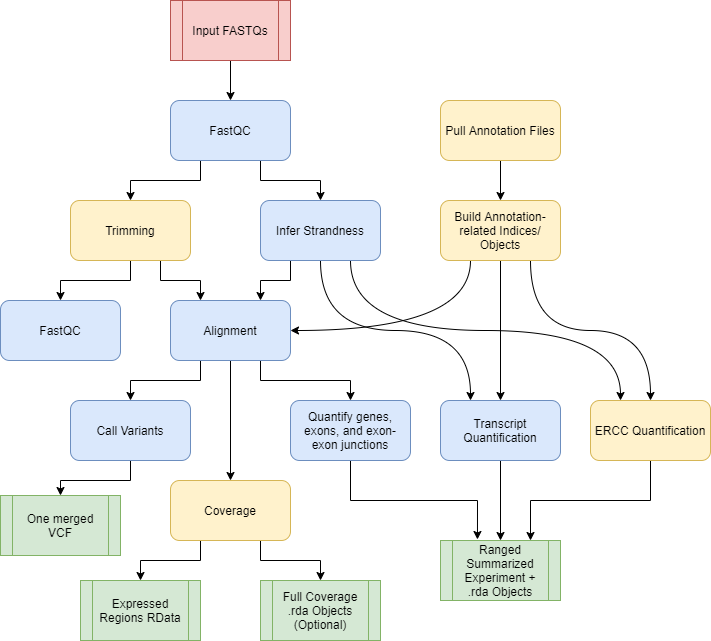
Before: documentation/images/4_workflow.png, a diagram exported from draw.io (LieberInstitute/SPEAQeasy). Source tidied: cells renumbered, new cells last; positions are measured from the earlier drawing's top-left corner, leaving out a move shared by most shapes.
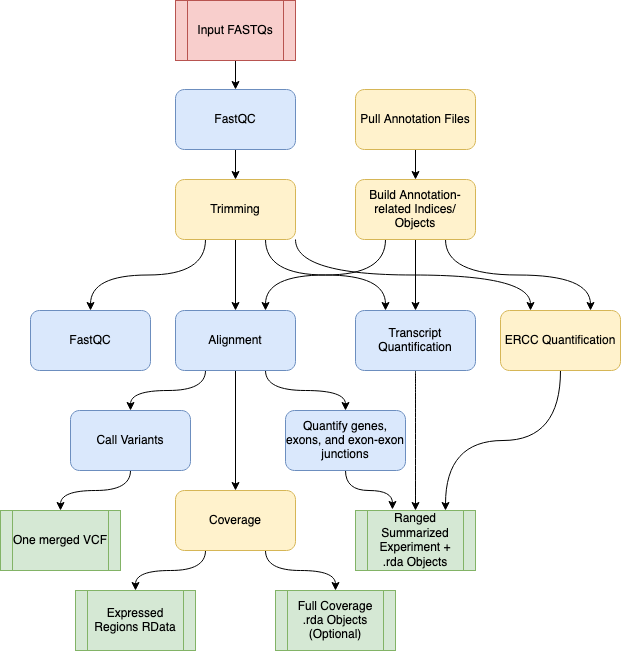
After the commit.

Commit message:
Update workflow diagram to reflect ERCC and transcript quantification being performed after trimming now. Part of #110

What changed in the source:
```diff
@@ -6,120 +6,106 @@
       <mxGeometry relative="1" as="geometry" />
     </mxCell>
     <mxCell id="3" value="Input FASTQs" style="shape=process;whiteSpace=wrap;html=1;backgroundOutline=1;fillColor=#f8cecc;strokeColor=#b85450;" parent="1" vertex="1">
-      <mxGeometry x="170" width="120" height="60" as="geometry" />
+      <mxGeometry x="215" y="-10" width="120" height="60" as="geometry" />
     </mxCell>
-    <mxCell id="4" style="edgeStyle=orthogonalEdgeStyle;rounded=0;jettySize=auto;html=1;exitX=0.25;exitY=1;exitDx=0;exitDy=0;" parent="1" edge="1" source="6" target="9">
+    <mxCell id="4" style="edgeStyle=orthogonalEdgeStyle;rounded=0;jettySize=auto;html=1;exitX=0.5;exitY=1;exitDx=0;exitDy=0;entryX=0.5;entryY=0;entryDx=0;entryDy=0;" parent="1" edge="1" source="6" target="9">
       <mxGeometry relative="1" as="geometry" />
     </mxCell>
-    <mxCell id="5" style="edgeStyle=orthogonalEdgeStyle;rounded=0;jettySize=auto;html=1;exitX=0.75;exitY=1;exitDx=0;exitDy=0;entryX=0.5;entryY=0;entryDx=0;entryDy=0;" parent="1" edge="1" source="6" target="13">
-      <mxGeometry relative="1" as="geometry" />
-    </mxCell>
     <mxCell id="6" value="FastQC" style="rounded=1;whiteSpace=wrap;html=1;fillColor=#dae8fc;strokeColor=#6c8ebf;" parent="1" vertex="1">
-      <mxGeometry x="170" y="100" width="120" height="60" as="geometry" />
+      <mxGeometry x="215" y="79" width="120" height="60" as="geometry" />
     </mxCell>
+    <mxCell id="8" style="edgeStyle=orthogonalEdgeStyle;rounded=0;jettySize=auto;html=1;exitX=0.5;exitY=1;exitDx=0;exitDy=0;" parent="1" edge="1" source="9" target="18">
+      <mxGeometry relative="1" as="geometry" />
+    </mxCell>
-    <mxCell id="7" style="edgeStyle=orthogonalEdgeStyle;rounded=0;jettySize=auto;html=1;exitX=0.5;exitY=1;exitDx=0;exitDy=0;entryX=0.5;entryY=0;entryDx=0;entryDy=0;" parent="1" edge="1" source="9" target="14">
+    <mxCell id="7" style="edgeStyle=orthogonalEdgeStyle;rounded=0;jettySize=auto;html=1;exitX=0.25;exitY=1;exitDx=0;exitDy=0;entryX=0.5;entryY=0;entryDx=0;entryDy=0;curved=1;" parent="1" edge="1" source="9" target="14">
       <mxGeometry relative="1" as="geometry" />
     </mxCell>
-    <mxCell id="8" style="edgeStyle=orthogonalEdgeStyle;rounded=0;jettySize=auto;html=1;exitX=0.75;exitY=1;exitDx=0;exitDy=0;entryX=0.25;entryY=0;entryDx=0;entryDy=0;" parent="1" edge="1" source="9" target="18">
-      <mxGeometry relative="1" as="geometry" />
-    </mxCell>
+    <mxCell id="40" style="edgeStyle=orthogonalEdgeStyle;rounded=0;jettySize=auto;html=1;exitX=0.75;exitY=1;exitDx=0;exitDy=0;entryX=0.25;entryY=0;entryDx=0;entryDy=0;curved=1;" parent="1" edge="1" source="9" target="36">
+      <mxGeometry relative="1" as="geometry" />
+    </mxCell>
+    <mxCell id="41" style="edgeStyle=orthogonalEdgeStyle;rounded=0;jettySize=auto;html=1;exitX=1;exitY=1;exitDx=0;exitDy=0;entryX=0.25;entryY=0;entryDx=0;entryDy=0;curved=1;" parent="1" edge="1" source="9" target="38">
+      <mxGeometry relative="1" as="geometry" />
+    </mxCell>
     <mxCell id="9" value="Trimming" style="rounded=1;whiteSpace=wrap;html=1;fillColor=#fff2cc;strokeColor=#d6b656;" parent="1" vertex="1">
-      <mxGeometry x="70" y="200" width="120" height="60" as="geometry" />
+      <mxGeometry x="215" y="169" width="120" height="60" as="geometry" />
     </mxCell>
-    <mxCell id="10" style="edgeStyle=orthogonalEdgeStyle;rounded=0;jettySize=auto;html=1;exitX=0.25;exitY=1;exitDx=0;exitDy=0;entryX=0.75;entryY=0;entryDx=0;entryDy=0;" parent="1" edge="1" source="13" target="18">
-      <mxGeometry relative="1" as="geometry" />
-    </mxCell>
-    <mxCell id="11" style="edgeStyle=orthogonalEdgeStyle;jettySize=auto;html=1;curved=1;entryX=0.25;entryY=0;entryDx=0;entryDy=0;" parent="1" edge="1" source="13" target="36">
-      <mxGeometry relative="1" as="geometry">
-        <Array as="points">
-          <mxPoint x="320" y="330" />
-          <mxPoint x="470" y="330" />
-        </Array>
-      </mxGeometry>
-    </mxCell>
-    <mxCell id="12" style="edgeStyle=orthogonalEdgeStyle;curved=1;jettySize=auto;html=1;exitX=0.75;exitY=1;exitDx=0;exitDy=0;entryX=0.25;entryY=0;entryDx=0;entryDy=0;" parent="1" edge="1" source="13" target="38">
-      <mxGeometry relative="1" as="geometry" />
-    </mxCell>
-    <mxCell id="13" value="Infer Strandness" style="rounded=1;whiteSpace=wrap;html=1;fillColor=#dae8fc;strokeColor=#6c8ebf;" parent="1" vertex="1">
-      <mxGeometry x="260" y="200" width="120" height="60" as="geometry" />
-    </mxCell>
     <mxCell id="14" value="FastQC" style="rounded=1;whiteSpace=wrap;html=1;fillColor=#dae8fc;strokeColor=#6c8ebf;" parent="1" vertex="1">
-      <mxGeometry y="300" width="120" height="60" as="geometry" />
+      <mxGeometry x="70" y="300" width="120" height="60" as="geometry" />
     </mxCell>
-    <mxCell id="15" style="edgeStyle=orthogonalEdgeStyle;rounded=0;jettySize=auto;html=1;exitX=0.25;exitY=1;exitDx=0;exitDy=0;entryX=0.5;entryY=0;entryDx=0;entryDy=0;" parent="1" edge="1" source="18" target="20">
+    <mxCell id="15" style="edgeStyle=orthogonalEdgeStyle;rounded=0;jettySize=auto;html=1;exitX=0.25;exitY=1;exitDx=0;exitDy=0;entryX=0.5;entryY=0;entryDx=0;entryDy=0;curved=1;" parent="1" edge="1" source="18" target="20">
       <mxGeometry relative="1" as="geometry" />
     </mxCell>
     <mxCell id="16" style="edgeStyle=orthogonalEdgeStyle;rounded=0;jettySize=auto;html=1;exitX=0.5;exitY=1;exitDx=0;exitDy=0;" parent="1" edge="1" source="18" target="24">
       <mxGeometry relative="1" as="geometry" />
     </mxCell>
-    <mxCell id="17" style="edgeStyle=orthogonalEdgeStyle;rounded=0;jettySize=auto;html=1;exitX=0.75;exitY=1;exitDx=0;exitDy=0;entryX=0.5;entryY=0;entryDx=0;entryDy=0;" parent="1" edge="1" source="18" target="26">
+    <mxCell id="17" style="edgeStyle=orthogonalEdgeStyle;rounded=0;jettySize=auto;html=1;exitX=0.75;exitY=1;exitDx=0;exitDy=0;entryX=0.5;entryY=0;entryDx=0;entryDy=0;curved=1;" parent="1" edge="1" source="18" target="26">
       <mxGeometry relative="1" as="geometry" />
     </mxCell>
     <mxCell id="18" value="&lt;div&gt;Alignment&lt;/div&gt;" style="rounded=1;whiteSpace=wrap;html=1;fillColor=#dae8fc;strokeColor=#6c8ebf;" parent="1" vertex="1">
-      <mxGeometry x="170" y="300" width="120" height="60" as="geometry" />
+      <mxGeometry x="215" y="300" width="120" height="60" as="geometry" />
     </mxCell>
-    <mxCell id="19" style="edgeStyle=orthogonalEdgeStyle;rounded=0;jettySize=auto;html=1;exitX=0.5;exitY=1;exitDx=0;exitDy=0;" parent="1" edge="1" source="20" target="21">
+    <mxCell id="19" style="edgeStyle=orthogonalEdgeStyle;rounded=0;jettySize=auto;html=1;exitX=0.5;exitY=1;exitDx=0;exitDy=0;curved=1;" parent="1" edge="1" source="20" target="21">
       <mxGeometry relative="1" as="geometry" />
     </mxCell>
     <mxCell id="20" value="&lt;div&gt;Call Variants&lt;/div&gt;" style="rounded=1;whiteSpace=wrap;html=1;fillColor=#dae8fc;strokeColor=#6c8ebf;" parent="1" vertex="1">
-      <mxGeometry x="70" y="400" width="120" height="60" as="geometry" />
+      <mxGeometry x="110" y="400" width="120" height="60" as="geometry" />
     </mxCell>
     <mxCell id="21" value="One merged VCF" style="shape=process;whiteSpace=wrap;html=1;backgroundOutline=1;fillColor=#d5e8d4;strokeColor=#82b366;" parent="1" vertex="1">
-      <mxGeometry y="495" width="120" height="60" as="geometry" />
+      <mxGeometry x="40" y="500" width="120" height="60" as="geometry" />
     </mxCell>
-    <mxCell id="22" style="edgeStyle=orthogonalEdgeStyle;rounded=0;jettySize=auto;html=1;exitX=0.25;exitY=1;exitDx=0;exitDy=0;entryX=0.5;entryY=0;entryDx=0;entryDy=0;" parent="1" edge="1" source="24" target="27">
+    <mxCell id="22" style="edgeStyle=orthogonalEdgeStyle;rounded=0;jettySize=auto;html=1;exitX=0.25;exitY=1;exitDx=0;exitDy=0;entryX=0.5;entryY=0;entryDx=0;entryDy=0;curved=1;" parent="1" edge="1" source="24" target="27">
       <mxGeometry relative="1" as="geometry" />
     </mxCell>
-    <mxCell id="23" style="edgeStyle=orthogonalEdgeStyle;rounded=0;jettySize=auto;html=1;exitX=0.75;exitY=1;exitDx=0;exitDy=0;entryX=0.5;entryY=0;entryDx=0;entryDy=0;" parent="1" edge="1" source="24" target="28">
+    <mxCell id="23" style="edgeStyle=orthogonalEdgeStyle;rounded=0;jettySize=auto;html=1;exitX=0.75;exitY=1;exitDx=0;exitDy=0;entryX=0.5;entryY=0;entryDx=0;entryDy=0;curved=1;" parent="1" edge="1" source="24" target="28">
       <mxGeometry relative="1" as="geometry" />
     </mxCell>
     <mxCell id="24" value="Coverage" style="rounded=1;whiteSpace=wrap;html=1;fillColor=#fff2cc;strokeColor=#d6b656;" parent="1" vertex="1">
-      <mxGeometry x="170" y="480" width="120" height="60" as="geometry" />
+      <mxGeometry x="215" y="480" width="120" height="60" as="geometry" />
     </mxCell>
-    <mxCell id="25" style="edgeStyle=orthogonalEdgeStyle;rounded=0;jettySize=auto;html=1;exitX=0.5;exitY=1;exitDx=0;exitDy=0;entryX=0.308;entryY=-0.017;entryDx=0;entryDy=0;entryPerimeter=0;" parent="1" edge="1" source="26" target="39">
+    <mxCell id="25" style="edgeStyle=orthogonalEdgeStyle;rounded=0;jettySize=auto;html=1;exitX=0.5;exitY=1;exitDx=0;exitDy=0;entryX=0.308;entryY=-0.017;entryDx=0;entryDy=0;entryPerimeter=0;curved=1;" parent="1" edge="1" source="26" target="39">
       <mxGeometry relative="1" as="geometry" />
     </mxCell>
     <mxCell id="26" value="Quantify genes, exons, and exon-exon junctions" style="rounded=1;whiteSpace=wrap;html=1;fillColor=#dae8fc;strokeColor=#6c8ebf;" parent="1" vertex="1">
-      <mxGeometry x="290" y="400" width="120" height="60" as="geometry" />
+      <mxGeometry x="325" y="400" width="120" height="60" as="geometry" />
     </mxCell>
     <mxCell id="27" value="Expressed Regions RData" style="shape=process;whiteSpace=wrap;html=1;backgroundOutline=1;fillColor=#d5e8d4;strokeColor=#82b366;" parent="1" vertex="1">
-      <mxGeometry x="80" y="580" width="120" height="60" as="geometry" />
+      <mxGeometry x="115" y="580" width="120" height="60" as="geometry" />
     </mxCell>
     <mxCell id="28" value="Full Coverage .rda Objects (Optional)" style="shape=process;whiteSpace=wrap;html=1;backgroundOutline=1;fillColor=#d5e8d4;strokeColor=#82b366;" parent="1" vertex="1">
-      <mxGeometry x="260" y="580" width="120" height="60" as="geometry" />
+      <mxGeometry x="315" y="580" width="120" height="60" as="geometry" />
     </mxCell>
     <mxCell id="29" style="edgeStyle=orthogonalEdgeStyle;rounded=0;jettySize=auto;html=1;exitX=0.5;exitY=1;exitDx=0;exitDy=0;entryX=0.5;entryY=0;entryDx=0;entryDy=0;" parent="1" edge="1" source="30" target="34">
       <mxGeometry relative="1" as="geometry" />
     </mxCell>
     <mxCell id="30" value="Pull Annotation Files" style="rounded=1;whiteSpace=wrap;html=1;fillColor=#fff2cc;strokeColor=#d6b656;" parent="1" vertex="1">
-      <mxGeometry x="440" y="100" width="120" height="60" as="geometry" />
+      <mxGeometry x="395" y="79" width="120" height="60" as="geometry" />
     </mxCell>
+    <mxCell id="32" style="edgeStyle=orthogonalEdgeStyle;rounded=0;jettySize=auto;html=1;exitX=0.25;exitY=1;exitDx=0;exitDy=0;entryX=0.75;entryY=0;entryDx=0;entryDy=0;curved=1;" parent="1" edge="1" source="34" target="18">
+      <mxGeometry relative="1" as="geometry" />
+    </mxCell>
-    <mxCell id="31" style="edgeStyle=orthogonalEdgeStyle;curved=1;jettySize=auto;html=1;exitX=0.5;exitY=1;exitDx=0;exitDy=0;entryX=0.5;entryY=0;entryDx=0;entryDy=0;" parent="1" edge="1" source="34" target="36">
+    <mxCell id="31" style="edgeStyle=orthogonalEdgeStyle;rounded=0;jettySize=auto;html=1;exitX=0.5;exitY=1;exitDx=0;exitDy=0;entryX=0.5;entryY=0;entryDx=0;entryDy=0;" parent="1" edge="1" source="34" target="36">
       <mxGeometry relative="1" as="geometry" />
     </mxCell>
-    <mxCell id="32" style="edgeStyle=orthogonalEdgeStyle;curved=1;jettySize=auto;html=1;exitX=0.25;exitY=1;exitDx=0;exitDy=0;entryX=1;entryY=0.5;entryDx=0;entryDy=0;" parent="1" edge="1" source="34" target="18">
-      <mxGeometry relative="1" as="geometry" />
-    </mxCell>
-    <mxCell id="33" style="edgeStyle=orthogonalEdgeStyle;curved=1;jettySize=auto;html=1;exitX=0.75;exitY=1;exitDx=0;exitDy=0;" parent="1" edge="1" source="34" target="38">
+    <mxCell id="33" style="edgeStyle=orthogonalEdgeStyle;rounded=0;jettySize=auto;html=1;exitX=0.75;exitY=1;exitDx=0;exitDy=0;entryX=0.75;entryY=0;entryDx=0;entryDy=0;curved=1;" parent="1" edge="1" source="34" target="38">
       <mxGeometry relative="1" as="geometry" />
     </mxCell>
     <mxCell id="34" value="Build Annotation-related Indices/ Objects" style="rounded=1;whiteSpace=wrap;html=1;fillColor=#fff2cc;strokeColor=#d6b656;" parent="1" vertex="1">
-      <mxGeometry x="440" y="200" width="120" height="60" as="geometry" />
+      <mxGeometry x="395" y="169" width="120" height="60" as="geometry" />
     </mxCell>
-    <mxCell id="35" style="edgeStyle=orthogonalEdgeStyle;rounded=0;jettySize=auto;html=1;exitX=0.5;exitY=1;exitDx=0;exitDy=0;entryX=0.5;entryY=0;entryDx=0;entryDy=0;" parent="1" edge="1" source="36" target="39">
+    <mxCell id="35" style="edgeStyle=orthogonalEdgeStyle;rounded=0;jettySize=auto;html=1;exitX=0.5;exitY=1;exitDx=0;exitDy=0;entryX=0.5;entryY=0;entryDx=0;entryDy=0;curved=1;" parent="1" edge="1" source="36" target="39">
       <mxGeometry relative="1" as="geometry" />
     </mxCell>
-    <mxCell id="36" value="Transcript Quantification" style="rounded=1;whiteSpace=wrap;html=1;fillColor=#dae8fc;strokeColor=#6c8ebf;" parent="1" vertex="1">
-      <mxGeometry x="440" y="400" width="120" height="60" as="geometry" />
-    </mxCell>
-    <mxCell id="37" style="edgeStyle=orthogonalEdgeStyle;rounded=0;jettySize=auto;html=1;exitX=0.5;exitY=1;exitDx=0;exitDy=0;entryX=0.75;entryY=0;entryDx=0;entryDy=0;" parent="1" edge="1" source="38" target="39">
+    <mxCell id="37" style="edgeStyle=orthogonalEdgeStyle;rounded=0;jettySize=auto;html=1;exitX=0.5;exitY=1;exitDx=0;exitDy=0;entryX=0.75;entryY=0;entryDx=0;entryDy=0;curved=1;" parent="1" edge="1" source="38" target="39">
       <mxGeometry relative="1" as="geometry" />
     </mxCell>
     <mxCell id="38" value="ERCC Quantification" style="rounded=1;whiteSpace=wrap;html=1;fillColor=#fff2cc;strokeColor=#d6b656;" parent="1" vertex="1">
-      <mxGeometry x="590" y="400" width="120" height="60" as="geometry" />
+      <mxGeometry x="540" y="300" width="120" height="60" as="geometry" />
     </mxCell>
     <mxCell id="39" value="Ranged Summarized Experiment + .rda Objects" style="shape=process;whiteSpace=wrap;html=1;backgroundOutline=1;fillColor=#d5e8d4;strokeColor=#82b366;" parent="1" vertex="1">
-      <mxGeometry x="440" y="540" width="120" height="60" as="geometry" />
+      <mxGeometry x="395" y="500" width="120" height="60" as="geometry" />
     </mxCell>
+    <mxCell id="36" value="Transcript Quantification" style="rounded=1;whiteSpace=wrap;html=1;fillColor=#dae8fc;strokeColor=#6c8ebf;" parent="1" vertex="1">
+      <mxGeometry x="395" y="300" width="120" height="60" as="geometry" />
+    </mxCell>
   </root>
 </mxGraphModel>
```
